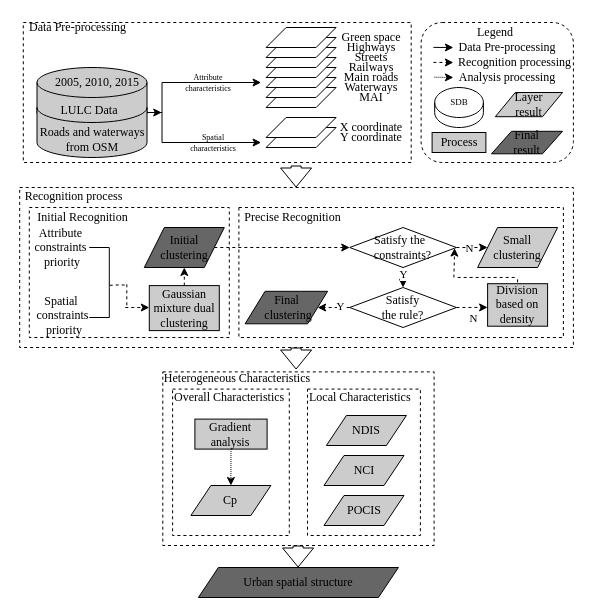
The draw.io diagram Untitled Diagram.drawio in xiaotongtongxue/flowChar, before the edit. Source tidied: cells renumbered, new cells numbered last; positions are measured from the earlier drawing's top-left corner, leaving out a move shared by most shapes. Both pictures are drawn from the tidied source at 100%, with x=0, y=0 at pixel (16, 17).
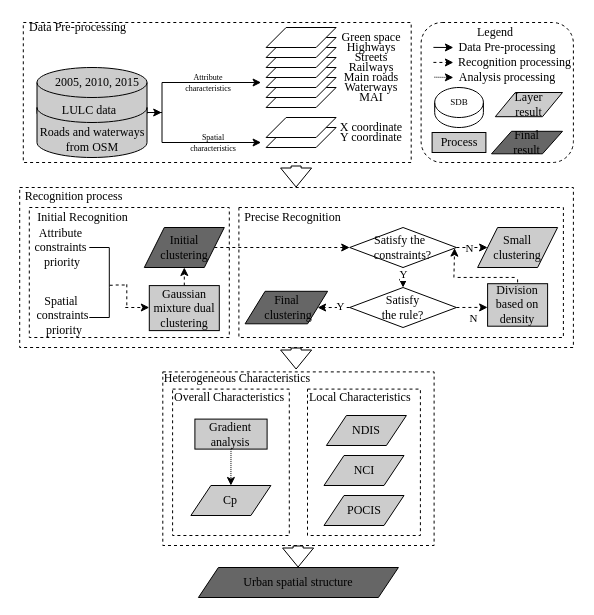
The same diagram, later.

Change to the diagram source:
```diff
@@
-    <mxCell id="8" value="LULC Data&amp;nbsp;&amp;nbsp;" style="shape=cylinder3;whiteSpace=wrap;html=1;boundedLbl=1;backgroundOutline=1;size=15;fontFamily=Times New Roman;shadow=0;fillColor=#CCCCCC;" parent="1" vertex="1">
+    <mxCell id="8" value="LULC data&amp;nbsp;&amp;nbsp;" style="shape=cylinder3;whiteSpace=wrap;html=1;boundedLbl=1;backgroundOutline=1;size=15;fontFamily=Times New Roman;shadow=0;fillColor=#CCCCCC;" parent="1" vertex="1">
       <mxGeometry x="20.5" y="50" width="110" height="60" as="geometry" />
     </mxCell>
```
